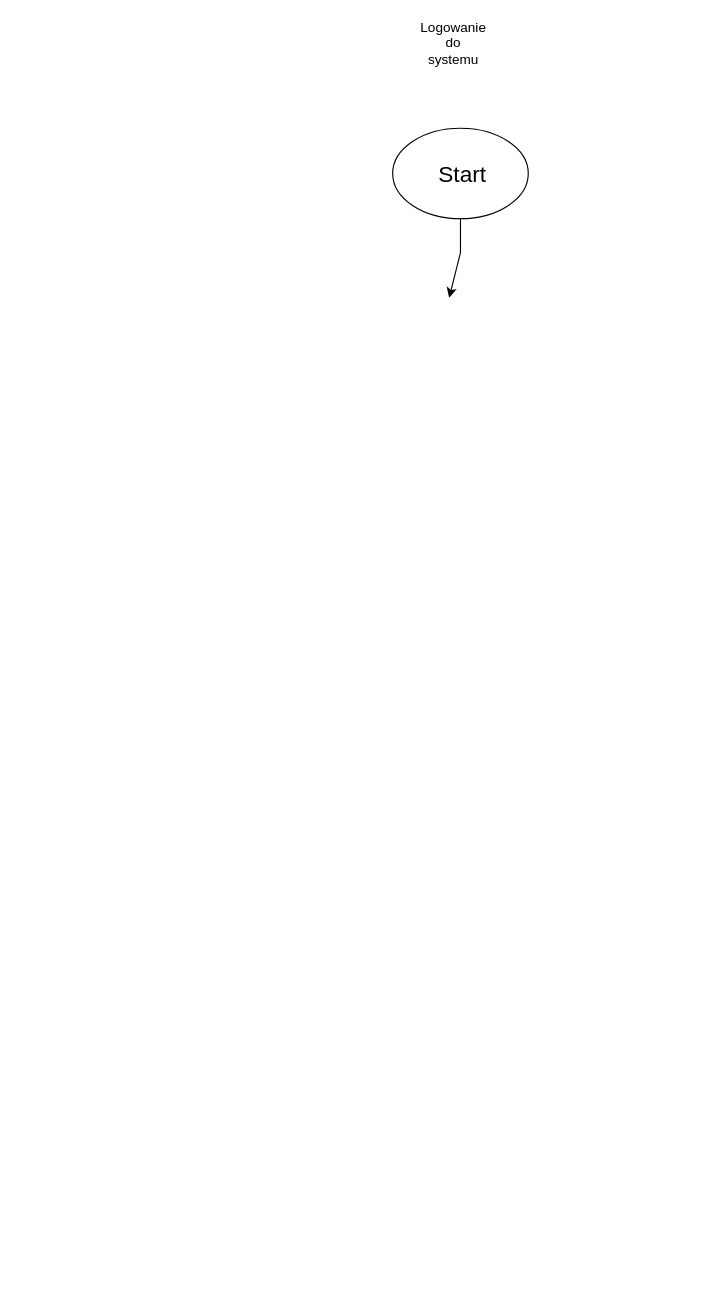
Earlier version of the draw.io diagram diagrams/Диаграмма без названия.drawio (Imachan1/testowanie_dokumentowanie). Source tidied: cells renumbered, new cells numbered last; positions are measured from the earlier drawing's top-left corner, leaving out a move shared by most shapes. Both pictures are drawn from the tidied source at 113%, with x=0, y=0 at pixel (392, 26).
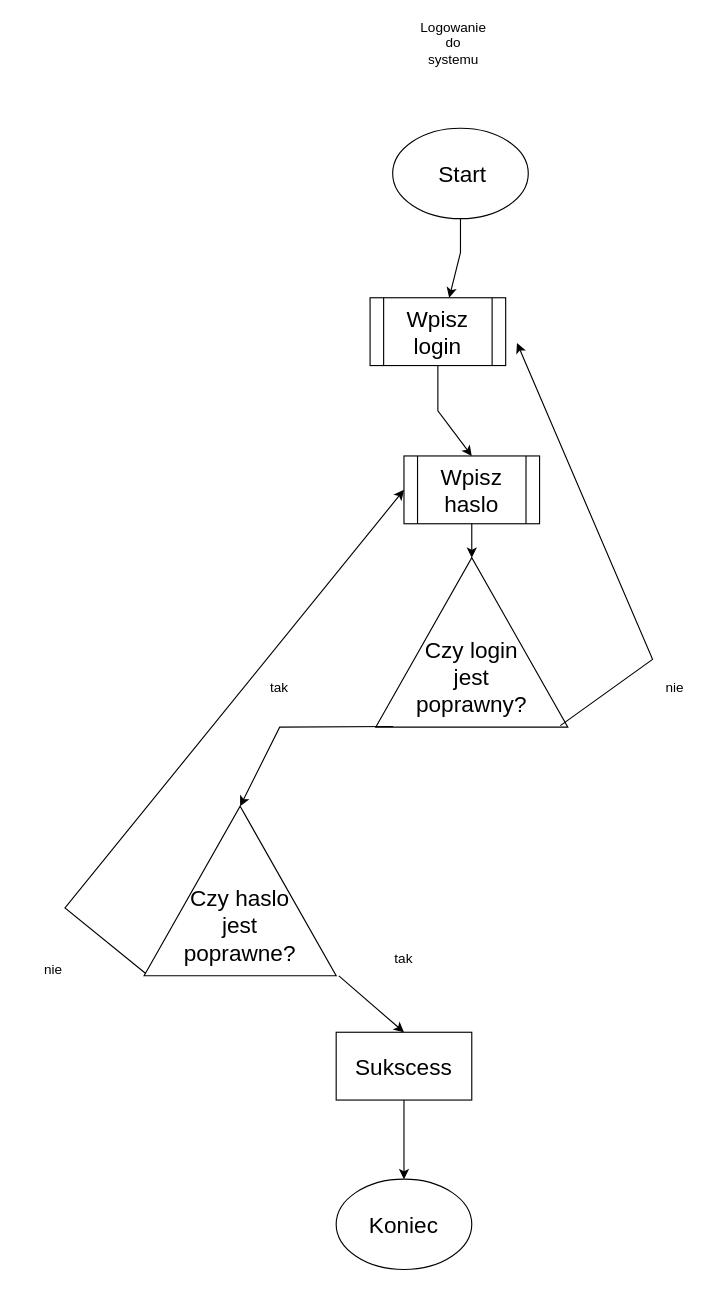
The same page after the edit.

The edit, as a diff of the source:
```diff
@@
+    <mxCell id="6" style="shape=process;whiteSpace=wrap;html=1;backgroundOutline=1;" parent="1" vertex="1">
+      <mxGeometry x="-20" y="240" width="120" height="60" as="geometry" />
+    </mxCell>
+    <mxCell id="7" value="&lt;font style=&quot;font-size: 20px;&quot;&gt;Wpisz login&lt;/font&gt;" style="text;html=1;align=center;verticalAlign=middle;whiteSpace=wrap;rounded=0;" parent="1" vertex="1">
+      <mxGeometry x="10" y="255" width="60" height="30" as="geometry" />
+    </mxCell>
+    <mxCell id="8" style="endArrow=classic;html=1;rounded=0;exitX=0.5;exitY=1;exitDx=0;exitDy=0;" parent="1" edge="1" source="6">
+      <mxGeometry relative="1" as="geometry">
+        <mxPoint x="70" y="380" as="targetPoint" />
+        <Array as="points">
+          <mxPoint x="40" y="340" />
+        </Array>
+      </mxGeometry>
+    </mxCell>
+    <mxCell id="9" style="shape=process;whiteSpace=wrap;html=1;backgroundOutline=1;" parent="1" vertex="1">
+      <mxGeometry x="10" y="380" width="120" height="60" as="geometry" />
+    </mxCell>
+    <mxCell id="10" value="&lt;font style=&quot;font-size: 20px;&quot;&gt;Wpisz haslo&lt;/font&gt;" style="text;html=1;align=center;verticalAlign=middle;whiteSpace=wrap;rounded=0;" parent="1" vertex="1">
+      <mxGeometry x="40" y="395" width="60" height="30" as="geometry" />
+    </mxCell>
+    <mxCell id="11" style="endArrow=classic;html=1;rounded=0;exitX=0.5;exitY=1;exitDx=0;exitDy=0;" parent="1" edge="1" source="9" target="12">
+      <mxGeometry relative="1" as="geometry" />
+    </mxCell>
+    <mxCell id="12" style="triangle;whiteSpace=wrap;html=1;rotation=-90;" parent="1" vertex="1">
+      <mxGeometry x="-5" y="460" width="150" height="170" as="geometry" />
+    </mxCell>
+    <mxCell id="13" value="&lt;font style=&quot;font-size: 20px;&quot;&gt;Czy login jest poprawny?&lt;/font&gt;" style="text;html=1;align=center;verticalAlign=middle;whiteSpace=wrap;rounded=0;" parent="1" vertex="1">
+      <mxGeometry x="40" y="560" width="60" height="30" as="geometry" />
+    </mxCell>
+    <mxCell id="14" style="endArrow=classic;html=1;rounded=0;exitX=0.009;exitY=0.961;exitDx=0;exitDy=0;exitPerimeter=0;" parent="1" edge="1" source="12">
+      <mxGeometry relative="1" as="geometry">
+        <mxPoint x="110" y="280" as="targetPoint" />
+        <Array as="points">
+          <mxPoint x="230" y="560" />
+        </Array>
+      </mxGeometry>
+    </mxCell>
+    <mxCell id="15" style="endArrow=classic;html=1;rounded=0;exitX=0.004;exitY=0.091;exitDx=0;exitDy=0;exitPerimeter=0;entryX=1;entryY=0.5;entryDx=0;entryDy=0;" parent="1" edge="1" source="12" target="18">
+      <mxGeometry relative="1" as="geometry">
+        <Array as="points">
+          <mxPoint x="-100" y="620" />
+        </Array>
+      </mxGeometry>
+    </mxCell>
+    <mxCell id="16" value="tak" style="text;html=1;align=center;verticalAlign=middle;whiteSpace=wrap;rounded=0;" parent="1" vertex="1">
+      <mxGeometry x="-130" y="570" width="60" height="30" as="geometry" />
+    </mxCell>
+    <mxCell id="17" value="nie" style="text;html=1;align=center;verticalAlign=middle;whiteSpace=wrap;rounded=0;" parent="1" vertex="1">
+      <mxGeometry x="220" y="570" width="60" height="30" as="geometry" />
+    </mxCell>
+    <mxCell id="18" style="triangle;whiteSpace=wrap;html=1;rotation=-90;" parent="1" vertex="1">
+      <mxGeometry x="-210" y="680" width="150" height="170" as="geometry" />
+    </mxCell>
+    <mxCell id="19" value="&lt;font style=&quot;font-size: 20px;&quot;&gt;Czy haslo jest poprawne?&lt;/font&gt;" style="text;html=1;align=center;verticalAlign=middle;whiteSpace=wrap;rounded=0;" parent="1" vertex="1">
+      <mxGeometry x="-165" y="780" width="60" height="30" as="geometry" />
+    </mxCell>
+    <mxCell id="20" value="tak" style="text;html=1;align=center;verticalAlign=middle;whiteSpace=wrap;rounded=0;" parent="1" vertex="1">
+      <mxGeometry x="-20" y="810" width="60" height="30" as="geometry" />
+    </mxCell>
+    <mxCell id="21" value="nie" style="text;html=1;align=center;verticalAlign=middle;whiteSpace=wrap;rounded=0;" parent="1" vertex="1">
+      <mxGeometry x="-330" y="820" width="60" height="30" as="geometry" />
+    </mxCell>
+    <mxCell id="22" style="endArrow=classic;html=1;rounded=0;exitX=0.015;exitY=0.007;exitDx=0;exitDy=0;exitPerimeter=0;entryX=0;entryY=0.5;entryDx=0;entryDy=0;" parent="1" edge="1" source="18" target="9">
+      <mxGeometry relative="1" as="geometry">
+        <Array as="points">
+          <mxPoint x="-290" y="780" />
+        </Array>
+      </mxGeometry>
+    </mxCell>
+    <mxCell id="23" style="rounded=0;whiteSpace=wrap;html=1;" parent="1" vertex="1">
+      <mxGeometry x="-50" y="890" width="120" height="60" as="geometry" />
+    </mxCell>
+    <mxCell id="24" value="&lt;font style=&quot;font-size: 20px;&quot;&gt;Sukscess&lt;/font&gt;" style="text;html=1;align=center;verticalAlign=middle;whiteSpace=wrap;rounded=0;" parent="1" vertex="1">
+      <mxGeometry x="-20" y="905" width="60" height="30" as="geometry" />
+    </mxCell>
+    <mxCell id="25" style="endArrow=classic;html=1;rounded=0;exitX=-0.001;exitY=1.014;exitDx=0;exitDy=0;exitPerimeter=0;entryX=0.5;entryY=0;entryDx=0;entryDy=0;" parent="1" edge="1" source="18" target="23">
+      <mxGeometry relative="1" as="geometry" />
+    </mxCell>
+    <mxCell id="26" style="endArrow=classic;html=1;rounded=0;exitX=0.5;exitY=1;exitDx=0;exitDy=0;" parent="1" edge="1" source="23">
+      <mxGeometry relative="1" as="geometry">
+        <mxPoint x="10" y="1020" as="targetPoint" />
+      </mxGeometry>
+    </mxCell>
+    <mxCell id="27" style="ellipse;whiteSpace=wrap;html=1;" parent="1" vertex="1">
+      <mxGeometry x="-50" y="1020" width="120" height="80" as="geometry" />
+    </mxCell>
+    <mxCell id="28" value="&lt;font style=&quot;font-size: 20px;&quot;&gt;Koniec&lt;/font&gt;" style="text;html=1;align=center;verticalAlign=middle;whiteSpace=wrap;rounded=0;" parent="1" vertex="1">
+      <mxGeometry x="-20" y="1045" width="60" height="30" as="geometry" />
+    </mxCell>
```
